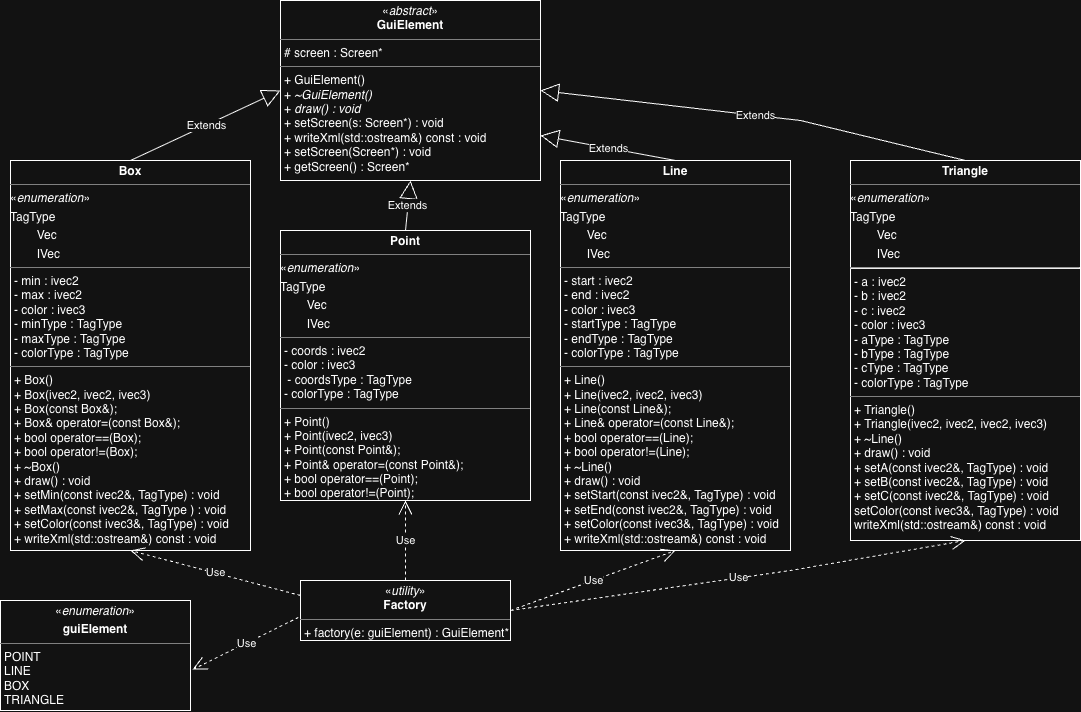
Earlier version of the draw.io export images/Milestone004_UML.png (cgreen2048/ArtHuddle). Source tidied: cells renumbered, new cells last; positions are measured from the earlier drawing's top-left corner, leaving out a move shared by most shapes.
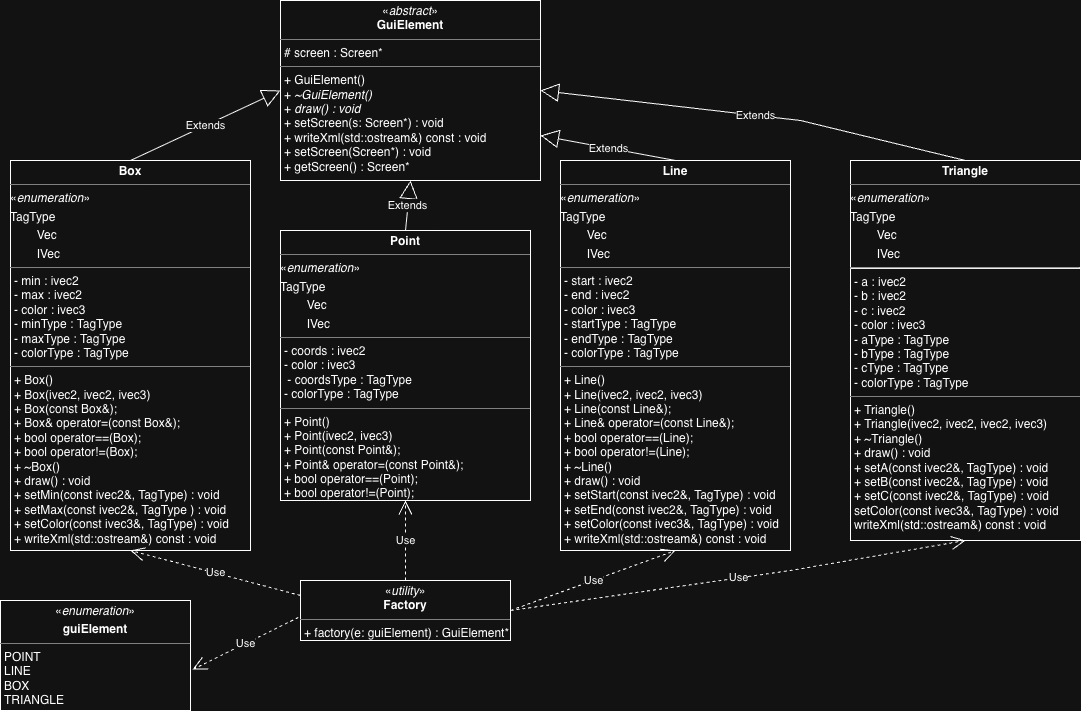
After the commit.

The edit, as a diff of the source:
```diff
@@ -41,7 +41,7 @@
     <mxCell id="14" value="Use" style="endArrow=open;endSize=12;dashed=1;html=1;rounded=0;entryX=1.011;entryY=0.627;entryDx=0;entryDy=0;entryPerimeter=0;exitX=-0.01;exitY=0.617;exitDx=0;exitDy=0;exitPerimeter=0;" parent="1" edge="1" source="4" target="3">
       <mxGeometry relative="1" as="geometry" />
     </mxCell>
-    <mxCell id="15" value="&lt;p style=&quot;margin:0px;margin-top:4px;text-align:center;&quot;&gt;&lt;b&gt;Triangle&lt;/b&gt;&lt;/p&gt;&lt;hr size=&quot;1&quot; style=&quot;border-style:solid;&quot;&gt;&lt;p style=&quot;margin: 4px 0px 0px;&quot;&gt;«&lt;i&gt;enumeration&lt;/i&gt;»&lt;/p&gt;&lt;p style=&quot;margin: 4px 0px 0px;&quot;&gt;TagType&lt;/p&gt;&lt;p style=&quot;margin: 4px 0px 0px;&quot;&gt;&lt;span style=&quot;white-space: pre;&quot;&gt;&#9;&lt;/span&gt;Vec&lt;br&gt;&lt;/p&gt;&lt;p style=&quot;margin: 4px 0px 0px;&quot;&gt;&lt;span style=&quot;white-space: pre;&quot;&gt;&#9;&lt;/span&gt;IVec&lt;/p&gt;&lt;hr&gt;&lt;p style=&quot;margin:0px;margin-left:4px;&quot;&gt;&lt;span style=&quot;background-color: transparent; color: light-dark(rgb(0, 0, 0), rgb(255, 255, 255));&quot;&gt;- a : ivec2&lt;/span&gt;&lt;/p&gt;&lt;p style=&quot;margin:0px;margin-left:4px;&quot;&gt;- b : ivec2&lt;/p&gt;&lt;p style=&quot;margin:0px;margin-left:4px;&quot;&gt;- c : ivec2&lt;/p&gt;&lt;p style=&quot;margin:0px;margin-left:4px;&quot;&gt;- color : ivec3&lt;br&gt;&lt;/p&gt;&lt;p style=&quot;margin:0px;margin-left:4px;&quot;&gt;-&amp;nbsp;&lt;span style=&quot;background-color: transparent;&quot;&gt;aType : TagType&lt;/span&gt;&lt;/p&gt;&lt;p style=&quot;margin:0px;margin-left:4px;&quot;&gt;&lt;span style=&quot;white-space: normal;&quot;&gt;- bType : TagType&lt;/span&gt;&lt;/p&gt;&lt;p style=&quot;margin:0px;margin-left:4px;&quot;&gt;- cType : TagType&lt;/p&gt;&lt;p style=&quot;margin:0px;margin-left:4px;&quot;&gt;&lt;span style=&quot;white-space: normal;&quot;&gt;- colorType : TagType&lt;/span&gt;&lt;/p&gt;&lt;hr size=&quot;1&quot; style=&quot;border-style:solid;&quot;&gt;&lt;p style=&quot;margin:0px;margin-left:4px;&quot;&gt;+ Triangle()&lt;/p&gt;&lt;p style=&quot;margin:0px;margin-left:4px;&quot;&gt;+ Triangle(ivec2, ivec2, ivec2, ivec3)&lt;/p&gt;&lt;p style=&quot;margin:0px;margin-left:4px;&quot;&gt;&lt;span style=&quot;background-color: transparent; color: light-dark(rgb(0, 0, 0), rgb(255, 255, 255));&quot;&gt;+&amp;nbsp;~Line()&lt;/span&gt;&lt;/p&gt;&lt;p style=&quot;margin:0px;margin-left:4px;&quot;&gt;+&amp;nbsp;draw() : void&lt;/p&gt;&lt;p style=&quot;margin:0px;margin-left:4px;&quot;&gt;+ setA(const ivec2&amp;amp;, TagType) : void&lt;/p&gt;&lt;p style=&quot;margin:0px;margin-left:4px;&quot;&gt;&lt;span style=&quot;white-space: normal;&quot;&gt;+ setB(const ivec2&amp;amp;, TagType) : void&lt;/span&gt;&lt;/p&gt;&lt;p style=&quot;margin:0px;margin-left:4px;&quot;&gt;+ setC(const ivec2&amp;amp;, TagType) : void&lt;/p&gt;&lt;p style=&quot;margin:0px;margin-left:4px;&quot;&gt;&lt;span style=&quot;white-space: normal;&quot;&gt;setColor(const ivec3&amp;amp;, TagType) : void&lt;/span&gt;&lt;/p&gt;&lt;p style=&quot;margin:0px;margin-left:4px;&quot;&gt;&lt;span style=&quot;white-space: normal;&quot;&gt;writeXml(std::ostream&amp;amp;) const : void&lt;/span&gt;&lt;/p&gt;" style="verticalAlign=top;align=left;overflow=fill;html=1;whiteSpace=wrap;" parent="1" vertex="1">
+    <mxCell id="15" value="&lt;p style=&quot;margin:0px;margin-top:4px;text-align:center;&quot;&gt;&lt;b&gt;Triangle&lt;/b&gt;&lt;/p&gt;&lt;hr size=&quot;1&quot; style=&quot;border-style:solid;&quot;&gt;&lt;p style=&quot;margin: 4px 0px 0px;&quot;&gt;«&lt;i&gt;enumeration&lt;/i&gt;»&lt;/p&gt;&lt;p style=&quot;margin: 4px 0px 0px;&quot;&gt;TagType&lt;/p&gt;&lt;p style=&quot;margin: 4px 0px 0px;&quot;&gt;&lt;span style=&quot;white-space: pre;&quot;&gt;&#9;&lt;/span&gt;Vec&lt;br&gt;&lt;/p&gt;&lt;p style=&quot;margin: 4px 0px 0px;&quot;&gt;&lt;span style=&quot;white-space: pre;&quot;&gt;&#9;&lt;/span&gt;IVec&lt;/p&gt;&lt;hr&gt;&lt;p style=&quot;margin:0px;margin-left:4px;&quot;&gt;&lt;span style=&quot;background-color: transparent; color: light-dark(rgb(0, 0, 0), rgb(255, 255, 255));&quot;&gt;- a : ivec2&lt;/span&gt;&lt;/p&gt;&lt;p style=&quot;margin:0px;margin-left:4px;&quot;&gt;- b : ivec2&lt;/p&gt;&lt;p style=&quot;margin:0px;margin-left:4px;&quot;&gt;- c : ivec2&lt;/p&gt;&lt;p style=&quot;margin:0px;margin-left:4px;&quot;&gt;- color : ivec3&lt;br&gt;&lt;/p&gt;&lt;p style=&quot;margin:0px;margin-left:4px;&quot;&gt;-&amp;nbsp;&lt;span style=&quot;background-color: transparent;&quot;&gt;aType : TagType&lt;/span&gt;&lt;/p&gt;&lt;p style=&quot;margin:0px;margin-left:4px;&quot;&gt;&lt;span style=&quot;white-space: normal;&quot;&gt;- bType : TagType&lt;/span&gt;&lt;/p&gt;&lt;p style=&quot;margin:0px;margin-left:4px;&quot;&gt;- cType : TagType&lt;/p&gt;&lt;p style=&quot;margin:0px;margin-left:4px;&quot;&gt;&lt;span style=&quot;white-space: normal;&quot;&gt;- colorType : TagType&lt;/span&gt;&lt;/p&gt;&lt;hr size=&quot;1&quot; style=&quot;border-style:solid;&quot;&gt;&lt;p style=&quot;margin:0px;margin-left:4px;&quot;&gt;+ Triangle()&lt;/p&gt;&lt;p style=&quot;margin:0px;margin-left:4px;&quot;&gt;+ Triangle(ivec2, ivec2, ivec2, ivec3)&lt;/p&gt;&lt;p style=&quot;margin:0px;margin-left:4px;&quot;&gt;&lt;span style=&quot;background-color: transparent; color: light-dark(rgb(0, 0, 0), rgb(255, 255, 255));&quot;&gt;+&amp;nbsp;~Triangle()&lt;/span&gt;&lt;/p&gt;&lt;p style=&quot;margin:0px;margin-left:4px;&quot;&gt;+&amp;nbsp;draw() : void&lt;/p&gt;&lt;p style=&quot;margin:0px;margin-left:4px;&quot;&gt;+ setA(const ivec2&amp;amp;, TagType) : void&lt;/p&gt;&lt;p style=&quot;margin:0px;margin-left:4px;&quot;&gt;&lt;span style=&quot;white-space: normal;&quot;&gt;+ setB(const ivec2&amp;amp;, TagType) : void&lt;/span&gt;&lt;/p&gt;&lt;p style=&quot;margin:0px;margin-left:4px;&quot;&gt;+ setC(const ivec2&amp;amp;, TagType) : void&lt;/p&gt;&lt;p style=&quot;margin:0px;margin-left:4px;&quot;&gt;&lt;span style=&quot;white-space: normal;&quot;&gt;setColor(const ivec3&amp;amp;, TagType) : void&lt;/span&gt;&lt;/p&gt;&lt;p style=&quot;margin:0px;margin-left:4px;&quot;&gt;&lt;span style=&quot;white-space: normal;&quot;&gt;writeXml(std::ostream&amp;amp;) const : void&lt;/span&gt;&lt;/p&gt;" style="verticalAlign=top;align=left;overflow=fill;html=1;whiteSpace=wrap;" parent="1" vertex="1">
       <mxGeometry x="850" y="160" width="230" height="380" as="geometry" />
     </mxCell>
     <mxCell id="16" value="Use" style="endArrow=open;endSize=12;dashed=1;html=1;rounded=0;exitX=1;exitY=0.5;exitDx=0;exitDy=0;entryX=0.5;entryY=1;entryDx=0;entryDy=0;" parent="1" edge="1" source="4" target="15">
```
